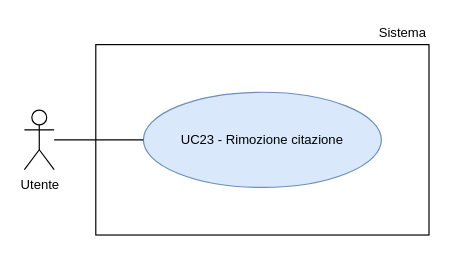
Earlier version of the draw.io diagram RTB/doc_esterna/analisi-dei-requisiti/assets/draw.io/UC23.drawio (thebitless-group-swe/thebitless.github.io). Source tidied: cells renumbered, new cells numbered last; positions are measured from the earlier drawing's top-left corner, leaving out a move shared by most shapes. Both pictures are drawn from the tidied source at 119%, with x=0, y=0 at pixel (24, 20).
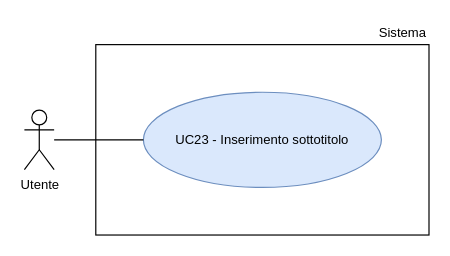
After the change.

Change to the diagram source:
```diff
@@
 <mxGraphModel>
   <root>
     <mxCell id="0" />
     <mxCell id="1" parent="0" />
     <mxCell id="2" value="Utente" style="shape=umlActor;verticalLabelPosition=bottom;verticalAlign=top;html=1;outlineConnect=0;fontSize=11;" parent="1" vertex="1">
       <mxGeometry y="75" width="25" height="50" as="geometry" />
     </mxCell>
     <mxCell id="3" style="rounded=0;whiteSpace=wrap;html=1;strokeWidth=1;" parent="1" vertex="1">
       <mxGeometry x="60" y="20" width="280" height="160" as="geometry" />
     </mxCell>
     <mxCell id="4" value="Sistema" style="text;html=1;whiteSpace=wrap;strokeColor=none;fillColor=none;align=right;verticalAlign=middle;fontSize=11;" parent="1" vertex="1">
       <mxGeometry x="270" width="70" height="20" as="geometry" />
     </mxCell>
-    <mxCell id="5" value="UC23 - Rimozione citazione" style="ellipse;whiteSpace=wrap;html=1;fillColor=#dae8fc;strokeColor=#6c8ebf;fontSize=11;" parent="1" vertex="1">
+    <mxCell id="5" value="UC23 - Inserimento sottotitolo" style="ellipse;whiteSpace=wrap;html=1;fillColor=#dae8fc;strokeColor=#6c8ebf;fontSize=11;" parent="1" vertex="1">
       <mxGeometry x="100" y="60" width="200" height="80" as="geometry" />
     </mxCell>
     <mxCell id="6" style="edgeStyle=none;rounded=0;jettySize=auto;html=1;endArrow=none;endFill=0;" parent="1" edge="1" source="2" target="5">
       <mxGeometry relative="1" as="geometry" />
     </mxCell>
   </root>
 </mxGraphModel>
```
